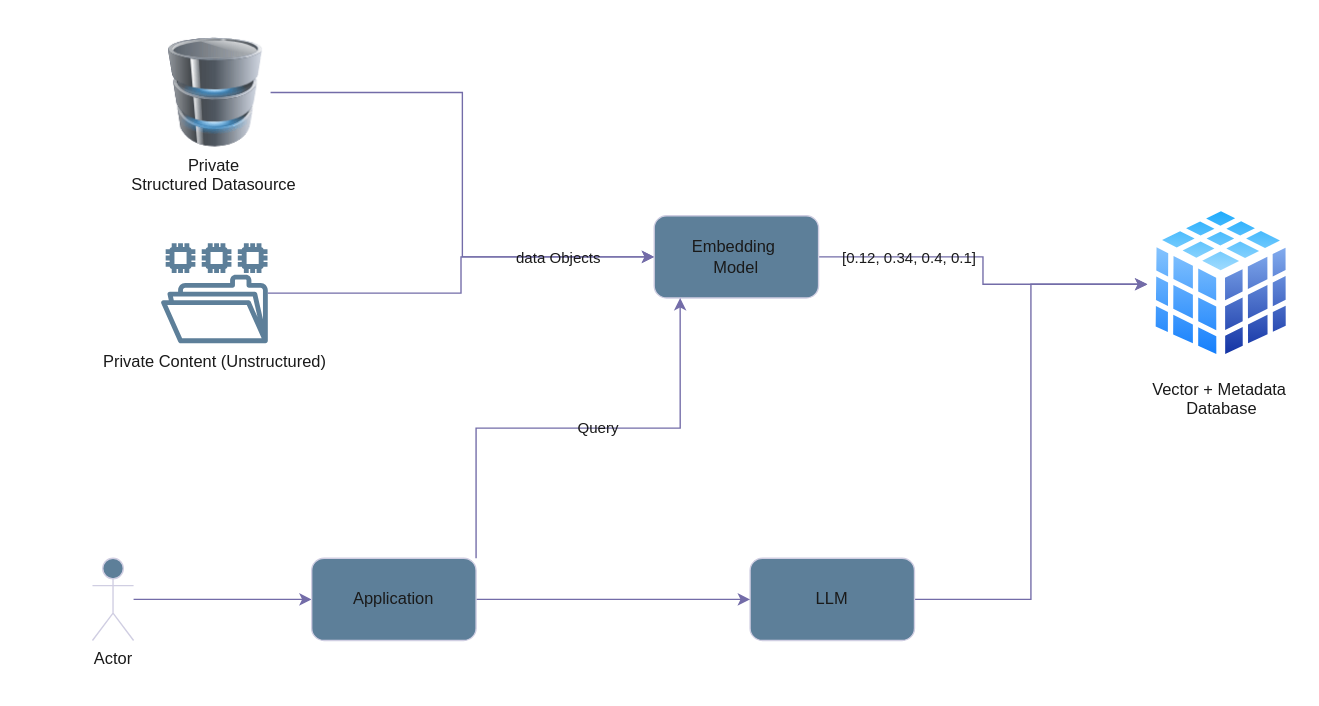
Above: Untitled Diagram.drawio in thirumalx/spring-ai (draw.io), before the change. Source tidied: cells renumbered, new cells numbered last; positions are measured from the earlier drawing's top-left corner, leaving out a move shared by most shapes. Both pictures are drawn from the tidied source at 137%, with x=0, y=0 at pixel (92, 37).
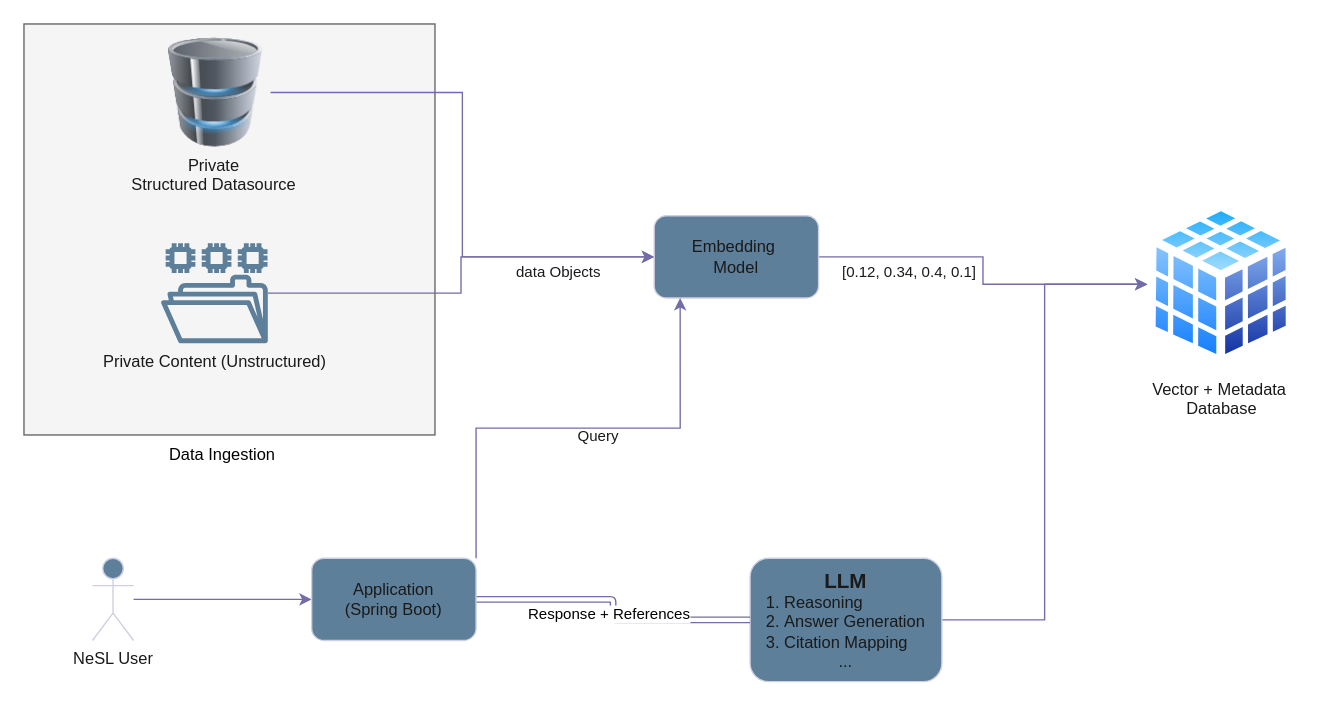
The same diagram, later.

The change refers to these unchanged cells:
```xml
<mxCell id="4" style="edgeStyle=orthogonalEdgeStyle;rounded=0;jettySize=auto;html=1;labelBackgroundColor=none;strokeColor=#736CA8;fontColor=default;" parent="1" edge="1" source="6" target="7">
  <mxGeometry relative="1" as="geometry" />
</mxCell>
<mxCell id="12" style="edgeStyle=orthogonalEdgeStyle;rounded=0;jettySize=auto;html=1;entryX=0;entryY=0.5;entryDx=0;entryDy=0;labelBackgroundColor=none;strokeColor=#736CA8;fontColor=default;" parent="1" edge="1" source="14" target="6">
  <mxGeometry relative="1" as="geometry" />
</mxCell>
<mxCell id="17" style="edgeStyle=orthogonalEdgeStyle;rounded=0;jettySize=auto;html=1;exitX=1;exitY=0;exitDx=0;exitDy=0;entryX=0.158;entryY=1;entryDx=0;entryDy=0;entryPerimeter=0;labelBackgroundColor=none;strokeColor=#736CA8;fontColor=default;" parent="1" edge="1" source="16" target="6">
  <mxGeometry relative="1" as="geometry" />
</mxCell>
```

What changed in the source:
```diff
@@
+    <mxCell id="19" style="whiteSpace=wrap;html=1;fillColor=#f5f5f5;fontColor=#333333;strokeColor=#666666;" parent="1" vertex="1">
+      <mxGeometry x="-50" y="-10" width="300" height="300" as="geometry" />
+    </mxCell>
@@
     <mxCell id="5" value="[0.12, 0.34, 0.4, 0.1]" style="edgeLabel;html=1;align=center;verticalAlign=middle;labelBackgroundColor=none;fontColor=#1A1A1A;" parent="4" vertex="1">
-      <mxGeometry x="-0.5" relative="1" as="geometry" />
+      <mxGeometry x="-0.5" relative="1" as="geometry">
+        <mxPoint y="10" as="offset" />
+      </mxGeometry>
     </mxCell>
@@
-    <mxCell id="9" value="LLM" style="rounded=1;whiteSpace=wrap;html=1;labelBackgroundColor=none;fillColor=#5D7F99;strokeColor=#D0CEE2;fontColor=#1A1A1A;" parent="1" vertex="1">
-      <mxGeometry x="480" y="380" width="120" height="60" as="geometry" />
+    <mxCell id="9" value="&lt;div&gt;&lt;b&gt;&lt;font style=&quot;font-size: 15px;&quot;&gt;LLM&lt;/font&gt;&lt;/b&gt;&lt;/div&gt;&lt;div align=&quot;left&quot;&gt;1. Reasoning&lt;/div&gt;&lt;div&gt;2.&amp;nbsp;Answer Generation&lt;/div&gt;&lt;div align=&quot;left&quot;&gt;3.&amp;nbsp;Citation Mapping&lt;/div&gt;&lt;div&gt;...&lt;/div&gt;" style="rounded=1;whiteSpace=wrap;html=1;labelBackgroundColor=none;fillColor=#5D7F99;strokeColor=#D0CEE2;fontColor=#1A1A1A;" parent="1" vertex="1">
+      <mxGeometry x="480" y="380" width="140" height="90" as="geometry" />
     </mxCell>
@@
-    <mxCell id="11" value="Actor" style="shape=umlActor;verticalLabelPosition=bottom;verticalAlign=top;html=1;outlineConnect=0;labelBackgroundColor=none;fillColor=#5D7F99;strokeColor=#D0CEE2;fontColor=#1A1A1A;" parent="1" vertex="1">
+    <mxCell id="11" value="NeSL User" style="shape=umlActor;verticalLabelPosition=bottom;verticalAlign=top;html=1;outlineConnect=0;labelBackgroundColor=none;fillColor=#5D7F99;strokeColor=#D0CEE2;fontColor=#1A1A1A;" parent="1" vertex="1">
       <mxGeometry y="380" width="30" height="60" as="geometry" />
     </mxCell>
@@
     <mxCell id="13" value="data Objects" style="edgeLabel;html=1;align=center;verticalAlign=middle;labelBackgroundColor=none;fontColor=#1A1A1A;" parent="12" vertex="1">
-      <mxGeometry x="0.54" relative="1" as="geometry" />
+      <mxGeometry x="0.54" relative="1" as="geometry">
+        <mxPoint y="10" as="offset" />
+      </mxGeometry>
     </mxCell>
@@
-    <mxCell id="15" style="edgeStyle=orthogonalEdgeStyle;rounded=0;jettySize=auto;html=1;entryX=0;entryY=0.5;entryDx=0;entryDy=0;labelBackgroundColor=none;strokeColor=#736CA8;fontColor=default;" parent="1" edge="1" source="16" target="9">
+    <mxCell id="15" style="edgeStyle=orthogonalEdgeStyle;rounded=1;jettySize=auto;html=1;entryX=0;entryY=0.5;entryDx=0;entryDy=0;labelBackgroundColor=none;strokeColor=#736CA8;fontColor=default;shape=link;" parent="1" edge="1" source="16" target="9">
       <mxGeometry relative="1" as="geometry" />
     </mxCell>
+    <mxCell id="20" value="Response + References" style="edgeLabel;html=1;align=center;verticalAlign=middle;" parent="15" vertex="1">
+      <mxGeometry x="-0.11" y="-2" relative="1" as="geometry">
+        <mxPoint y="8" as="offset" />
+      </mxGeometry>
+    </mxCell>
-    <mxCell id="16" value="Application" style="rounded=1;whiteSpace=wrap;html=1;labelBackgroundColor=none;fillColor=#5D7F99;strokeColor=#D0CEE2;fontColor=#1A1A1A;" parent="1" vertex="1">
+    <mxCell id="16" value="&lt;div&gt;Application&lt;/div&gt;(Spring Boot)" style="rounded=1;whiteSpace=wrap;html=1;labelBackgroundColor=none;fillColor=#5D7F99;strokeColor=#D0CEE2;fontColor=#1A1A1A;" parent="1" vertex="1">
       <mxGeometry x="160" y="380" width="120" height="60" as="geometry" />
     </mxCell>
@@
     <mxCell id="18" value="Query" style="edgeLabel;html=1;align=center;verticalAlign=middle;labelBackgroundColor=none;fontColor=#1A1A1A;" parent="17" vertex="1">
-      <mxGeometry x="0.08" y="1" relative="1" as="geometry" />
+      <mxGeometry x="0.08" y="1" relative="1" as="geometry">
+        <mxPoint y="6" as="offset" />
+      </mxGeometry>
     </mxCell>
+    <mxCell id="21" value="Data Ingestion" style="text;html=1;whiteSpace=wrap;strokeColor=none;fillColor=none;align=center;verticalAlign=middle;rounded=0;" parent="1" vertex="1">
+      <mxGeometry x="40" y="290" width="110" height="30" as="geometry" />
+    </mxCell>
```
